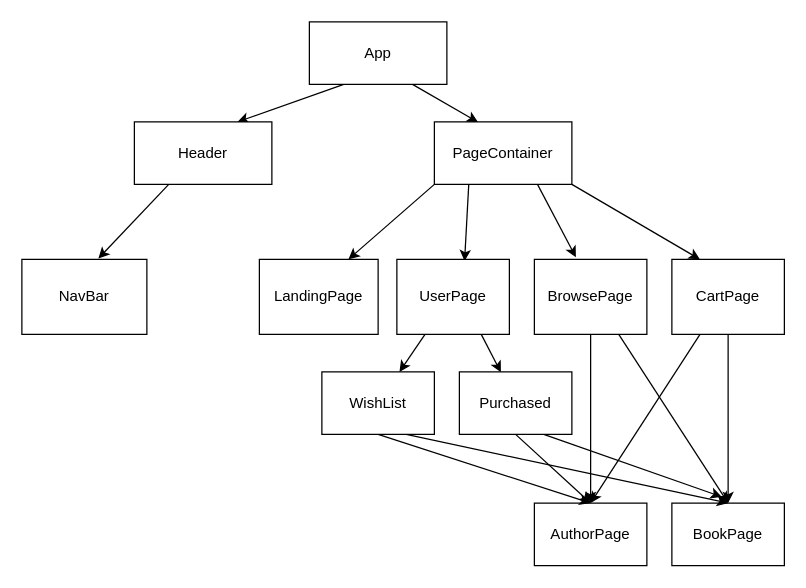
The draw.io diagram hierarchy.drawio in murphy-mi/hoppers-books, before the edit. Source tidied: cells renumbered, new cells numbered last; positions are measured from the earlier drawing's top-left corner, leaving out a move shared by most shapes. Both pictures are drawn from the tidied source at 125%, with x=0, y=0 at pixel (21, 21).
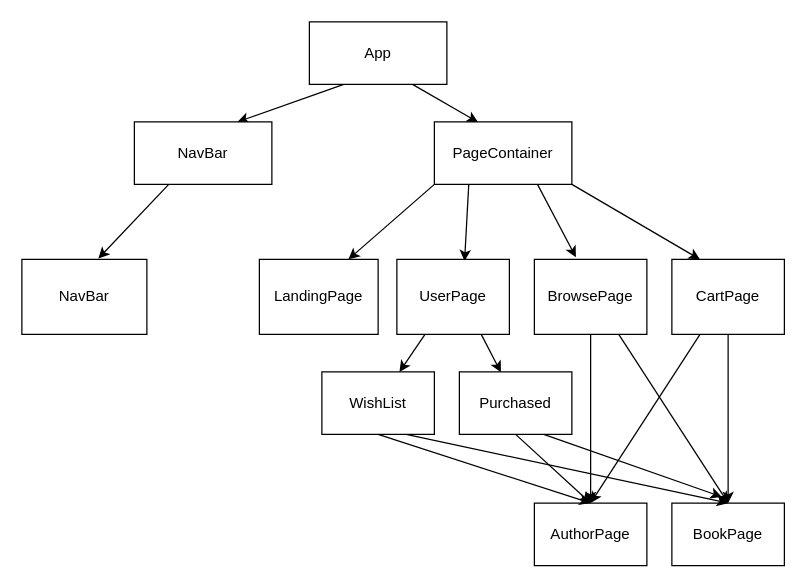
After the change.

Change to the diagram source:
```diff
@@
-    <mxCell id="6" value="Header" style="whiteSpace=wrap;html=1;" parent="1" vertex="1">
+    <mxCell id="6" value="NavBar" style="whiteSpace=wrap;html=1;" parent="1" vertex="1">
       <mxGeometry x="90" y="80" width="110" height="50" as="geometry" />
     </mxCell>
```
